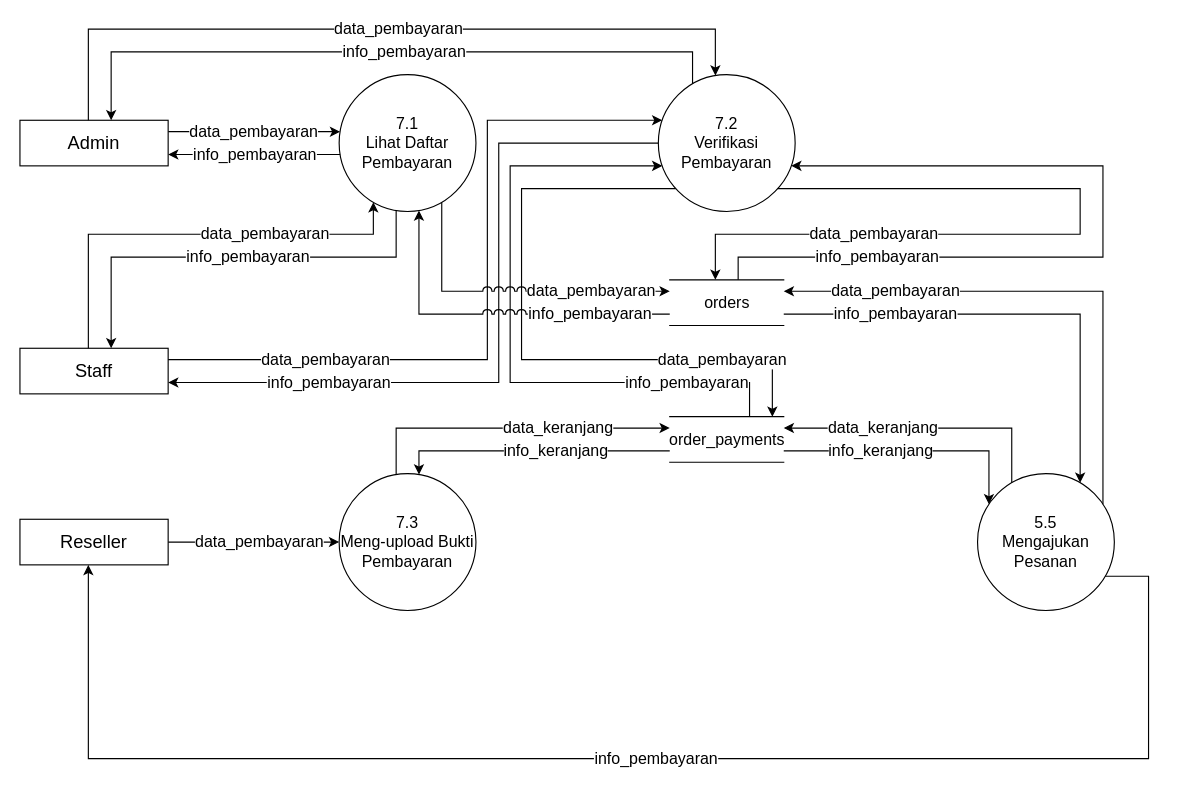
Earlier version of the draw.io diagram laporan/DFD/DFD Level 1 Pembayaran.drawio (FarrelArrahman/si_manajemen_reseller). Source tidied: cells renumbered, new cells numbered last; positions are measured from the earlier drawing's top-left corner, leaving out a move shared by most shapes. Both pictures are drawn from the tidied source at 114%, with x=0, y=0 at pixel (19, 28).
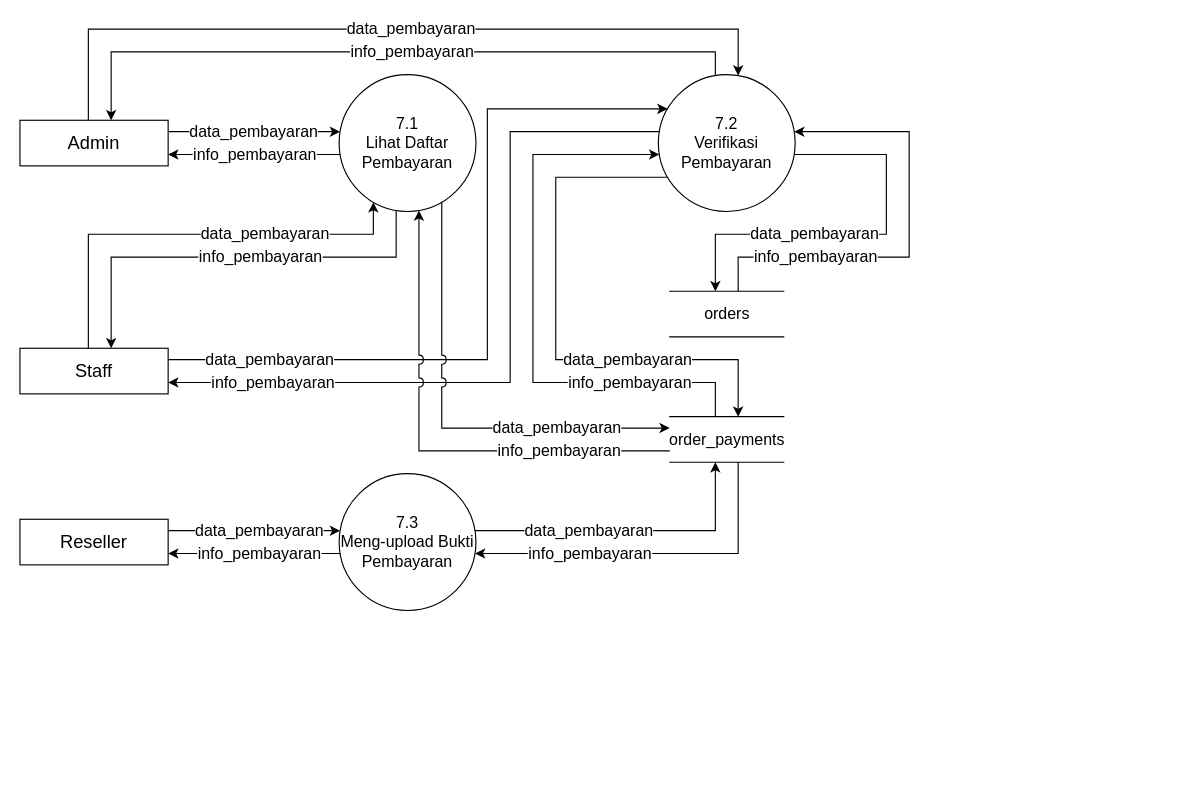
After the change.

Unchanged cells that the change refers to:
```xml
<mxCell id="2" value="&lt;font style=&quot;font-size: 14px&quot;&gt;7.1&lt;br&gt;Lihat Daftar Pembayaran&lt;br&gt;&lt;/font&gt;" style="ellipse;whiteSpace=wrap;html=1;" parent="1" vertex="1">
  <mxGeometry x="280" y="40" width="120" height="120" as="geometry" />
</mxCell>
<mxCell id="4" value="Admin" style="rounded=0;whiteSpace=wrap;html=1;fontSize=16;" parent="1" vertex="1">
  <mxGeometry y="80" width="130" height="40" as="geometry" />
</mxCell>
<mxCell id="6" value="Reseller" style="rounded=0;whiteSpace=wrap;html=1;fontSize=16;" parent="1" vertex="1">
  <mxGeometry y="430" width="130" height="40" as="geometry" />
</mxCell>
<mxCell id="7" value="&lt;font style=&quot;font-size: 14px&quot;&gt;7.2&lt;br&gt;Verifikasi &lt;br&gt;Pembayaran&lt;br&gt;&lt;/font&gt;" style="ellipse;whiteSpace=wrap;html=1;" parent="1" vertex="1">
  <mxGeometry x="560" y="40" width="120" height="120" as="geometry" />
</mxCell>
<mxCell id="8" value="Staff" style="rounded=0;whiteSpace=wrap;html=1;fontSize=16;" parent="1" vertex="1">
  <mxGeometry y="280" width="130" height="40" as="geometry" />
</mxCell>
<mxCell id="10" value="&lt;font style=&quot;font-size: 14px&quot;&gt;7.3&lt;br&gt;Meng-upload Bukti Pembayaran&lt;br&gt;&lt;/font&gt;" style="ellipse;whiteSpace=wrap;html=1;" parent="1" vertex="1">
  <mxGeometry x="280" y="390" width="120" height="120" as="geometry" />
</mxCell>
<mxCell id="13" value="order_payments" style="html=1;dashed=0;whitespace=wrap;shape=partialRectangle;right=0;left=0;fontSize=14;" parent="1" vertex="1">
  <mxGeometry x="570" y="340" width="100" height="40" as="geometry" />
</mxCell>
```

What changed in the source:
```diff
@@
     <mxCell id="5" value="data_pembayaran" style="edgeStyle=orthogonalEdgeStyle;rounded=0;jettySize=auto;html=1;fontSize=14;" parent="1" edge="1" source="6" target="10">
-      <mxGeometry x="0.06" relative="1" as="geometry" />
+      <mxGeometry x="0.06" relative="1" as="geometry">
+        <Array as="points">
+          <mxPoint x="200" y="440" />
+          <mxPoint x="200" y="440" />
+        </Array>
+      </mxGeometry>
     </mxCell>
@@
     <mxCell id="11" value="data_pembayaran" style="edgeStyle=orthogonalEdgeStyle;rounded=0;jettySize=auto;html=1;fontSize=14;" parent="1" edge="1" source="4" target="7">
       <mxGeometry x="0.05" relative="1" as="geometry">
         <Array as="points">
           <mxPoint x="60" />
-          <mxPoint x="610" />
+          <mxPoint x="630" />
         </Array>
       </mxGeometry>
     </mxCell>
     <mxCell id="12" value="info_pembayaran" style="edgeStyle=orthogonalEdgeStyle;rounded=0;jettySize=auto;html=1;fontSize=14;" parent="1" edge="1" source="7" target="4">
       <mxGeometry x="-0.06" relative="1" as="geometry">
         <Array as="points">
-          <mxPoint x="590" y="20" />
+          <mxPoint x="610" y="20" />
           <mxPoint x="80" y="20" />
         </Array>
       </mxGeometry>
     </mxCell>
@@
-    <mxCell id="14" value="data_keranjang" style="edgeStyle=orthogonalEdgeStyle;rounded=0;jettySize=auto;html=1;fontSize=14;" parent="1" edge="1" source="10" target="13">
-      <mxGeometry x="0.3" relative="1" as="geometry">
+    <mxCell id="14" value="data_pembayaran" style="edgeStyle=orthogonalEdgeStyle;rounded=0;jettySize=auto;html=1;fontSize=14;" parent="1" edge="1" source="10" target="13">
+      <mxGeometry x="-0.26" relative="1" as="geometry">
         <Array as="points">
-          <mxPoint x="330" y="350" />
+          <mxPoint x="610" y="440" />
         </Array>
       </mxGeometry>
     </mxCell>
-    <mxCell id="15" value="info_keranjang" style="edgeStyle=orthogonalEdgeStyle;rounded=0;jettySize=auto;html=1;fontSize=14;" parent="1" edge="1" source="13" target="10">
-      <mxGeometry x="-0.17" relative="1" as="geometry">
+    <mxCell id="15" value="info_pembayaran" style="edgeStyle=orthogonalEdgeStyle;rounded=0;jettySize=auto;html=1;fontSize=14;" parent="1" edge="1" source="13" target="10">
+      <mxGeometry x="0.35" relative="1" as="geometry">
         <Array as="points">
-          <mxPoint x="350" y="370" />
+          <mxPoint x="630" y="460" />
         </Array>
       </mxGeometry>
     </mxCell>
@@
     <mxCell id="17" value="info_pembayaran" style="edgeStyle=orthogonalEdgeStyle;rounded=0;jettySize=auto;html=1;fontSize=14;" parent="1" edge="1" source="2" target="8">
-      <mxGeometry x="-0.08" relative="1" as="geometry">
+      <mxGeometry x="-0.13" relative="1" as="geometry">
         <Array as="points">
           <mxPoint x="330" y="200" />
           <mxPoint x="80" y="200" />
         </Array>
+        <mxPoint x="1" as="offset" />
       </mxGeometry>
     </mxCell>
-    <mxCell id="18" value="&lt;font style=&quot;font-size: 14px&quot;&gt;5.5&lt;br&gt;Mengajukan Pesanan&lt;br&gt;&lt;/font&gt;" style="ellipse;whiteSpace=wrap;html=1;" parent="1" vertex="1">
-      <mxGeometry x="840" y="390" width="120" height="120" as="geometry" />
-    </mxCell>
-    <mxCell id="19" value="data_keranjang" style="edgeStyle=orthogonalEdgeStyle;rounded=0;jettySize=auto;html=1;fontSize=14;" parent="1" edge="1" source="18" target="13">
-      <mxGeometry x="0.3" relative="1" as="geometry">
-        <Array as="points">
-          <mxPoint x="870" y="350" />
-        </Array>
-      </mxGeometry>
-    </mxCell>
-    <mxCell id="20" value="info_keranjang" style="edgeStyle=orthogonalEdgeStyle;rounded=0;jettySize=auto;html=1;fontSize=14;" parent="1" edge="1" source="13" target="18">
-      <mxGeometry x="-0.25" relative="1" as="geometry">
-        <Array as="points">
-          <mxPoint x="850" y="370" />
-        </Array>
-      </mxGeometry>
-    </mxCell>
-    <mxCell id="21" value="info_pembayaran" style="edgeStyle=orthogonalEdgeStyle;rounded=0;jettySize=auto;html=1;fontSize=14;" parent="1" edge="1" source="18" target="6">
-      <mxGeometry x="-0.03" relative="1" as="geometry">
-        <Array as="points">
-          <mxPoint x="990" y="480" />
-          <mxPoint x="990" y="640" />
-          <mxPoint x="60" y="640" />
-        </Array>
-      </mxGeometry>
-    </mxCell>
     <mxCell id="22" value="orders" style="html=1;dashed=0;whitespace=wrap;shape=partialRectangle;right=0;left=0;fontSize=14;" parent="1" vertex="1">
-      <mxGeometry x="570" y="220" width="100" height="40" as="geometry" />
+      <mxGeometry x="570" y="230" width="100" height="40" as="geometry" />
     </mxCell>
     <mxCell id="23" value="info_pembayaran" style="edgeStyle=orthogonalEdgeStyle;rounded=0;jettySize=auto;html=1;fontSize=14;" parent="1" edge="1" source="22" target="7">
-      <mxGeometry x="-0.59" relative="1" as="geometry">
+      <mxGeometry x="-0.5" relative="1" as="geometry">
         <Array as="points">
           <mxPoint x="630" y="200" />
-          <mxPoint x="950" y="200" />
-          <mxPoint x="950" y="120" />
+          <mxPoint x="780" y="200" />
+          <mxPoint x="780" y="90" />
         </Array>
       </mxGeometry>
     </mxCell>
     <mxCell id="24" value="data_pembayaran" style="edgeStyle=orthogonalEdgeStyle;rounded=0;jettySize=auto;html=1;fontSize=14;" parent="1" edge="1" source="7" target="22">
-      <mxGeometry x="0.46" relative="1" as="geometry">
+      <mxGeometry x="0.22" relative="1" as="geometry">
         <Array as="points">
-          <mxPoint x="930" y="140" />
-          <mxPoint x="930" y="180" />
+          <mxPoint x="760" y="110" />
+          <mxPoint x="760" y="180" />
           <mxPoint x="610" y="180" />
         </Array>
       </mxGeometry>
     </mxCell>
-    <mxCell id="25" value="data_pembayaran" style="edgeStyle=orthogonalEdgeStyle;rounded=0;jettySize=auto;html=1;fontSize=14;" parent="1" edge="1" source="18" target="22">
-      <mxGeometry x="0.58" relative="1" as="geometry">
-        <Array as="points">
-          <mxPoint x="950" y="230" />
-        </Array>
-      </mxGeometry>
-    </mxCell>
-    <mxCell id="26" value="info_pembayaran" style="edgeStyle=orthogonalEdgeStyle;rounded=0;jettySize=auto;html=1;fontSize=14;" parent="1" edge="1" source="22" target="18">
-      <mxGeometry x="-0.52" relative="1" as="geometry">
-        <Array as="points">
-          <mxPoint x="930" y="250" />
-        </Array>
-      </mxGeometry>
-    </mxCell>
     <mxCell id="27" value="info_pembayaran" style="edgeStyle=orthogonalEdgeStyle;rounded=0;jettySize=auto;html=1;fontSize=14;jumpStyle=arc;jumpSize=8;" parent="1" edge="1" source="7" target="8">
-      <mxGeometry x="0.56" relative="1" as="geometry">
+      <mxGeometry x="0.72" relative="1" as="geometry">
         <Array as="points">
-          <mxPoint x="420" y="100" />
-          <mxPoint x="420" y="310" />
+          <mxPoint x="430" y="90" />
+          <mxPoint x="430" y="310" />
         </Array>
+        <mxPoint x="1" as="offset" />
       </mxGeometry>
     </mxCell>
     <mxCell id="28" value="data_pembayaran" style="edgeStyle=orthogonalEdgeStyle;rounded=0;jettySize=auto;html=1;fontSize=14;jumpStyle=arc;jumpSize=8;" parent="1" edge="1" source="8" target="7">
-      <mxGeometry x="-0.57" relative="1" as="geometry">
+      <mxGeometry x="-0.73" relative="1" as="geometry">
         <Array as="points">
           <mxPoint x="410" y="290" />
-          <mxPoint x="410" y="80" />
+          <mxPoint x="410" y="70" />
         </Array>
       </mxGeometry>
     </mxCell>
     <mxCell id="29" value="info_pembayaran" style="edgeStyle=orthogonalEdgeStyle;rounded=0;jettySize=auto;html=1;fontSize=14;jumpStyle=arc;jumpSize=8;" parent="1" edge="1" source="13" target="7">
-      <mxGeometry x="-0.7" relative="1" as="geometry">
+      <mxGeometry x="-0.58" relative="1" as="geometry">
         <Array as="points">
-          <mxPoint x="640" y="310" />
-          <mxPoint x="430" y="310" />
-          <mxPoint x="430" y="120" />
+          <mxPoint x="610" y="310" />
+          <mxPoint x="450" y="310" />
+          <mxPoint x="450" y="110" />
         </Array>
       </mxGeometry>
     </mxCell>
     <mxCell id="30" value="data_pembayaran" style="edgeStyle=orthogonalEdgeStyle;rounded=0;jettySize=auto;html=1;fontSize=14;jumpStyle=arc;jumpSize=8;" parent="1" edge="1" source="7" target="13">
-      <mxGeometry x="0.66" relative="1" as="geometry">
+      <mxGeometry x="0.37" relative="1" as="geometry">
         <Array as="points">
-          <mxPoint x="440" y="140" />
-          <mxPoint x="440" y="290" />
-          <mxPoint x="660" y="290" />
+          <mxPoint x="470" y="130" />
+          <mxPoint x="470" y="290" />
+          <mxPoint x="630" y="290" />
         </Array>
       </mxGeometry>
     </mxCell>
-    <mxCell id="31" value="data_pembayaran" style="edgeStyle=orthogonalEdgeStyle;rounded=0;jettySize=auto;html=1;fontSize=14;jumpStyle=arc;jumpSize=8;" parent="1" edge="1" source="2" target="22">
+    <mxCell id="31" value="data_pembayaran" style="edgeStyle=orthogonalEdgeStyle;rounded=0;jettySize=auto;html=1;fontSize=14;jumpStyle=arc;jumpSize=8;" parent="1" edge="1" source="2" target="13">
       <mxGeometry x="0.5" relative="1" as="geometry">
         <Array as="points">
-          <mxPoint x="370" y="230" />
+          <mxPoint x="370" y="350" />
         </Array>
       </mxGeometry>
     </mxCell>
-    <mxCell id="32" value="info_pembayaran" style="edgeStyle=orthogonalEdgeStyle;rounded=0;jettySize=auto;html=1;fontSize=14;jumpStyle=arc;jumpSize=8;" parent="1" edge="1" source="22" target="2">
+    <mxCell id="32" value="info_pembayaran" style="edgeStyle=orthogonalEdgeStyle;rounded=0;jettySize=auto;html=1;fontSize=14;jumpStyle=arc;jumpSize=8;" parent="1" edge="1" source="13" target="2">
       <mxGeometry x="-0.55" relative="1" as="geometry">
         <Array as="points">
-          <mxPoint x="350" y="250" />
+          <mxPoint x="350" y="370" />
         </Array>
       </mxGeometry>
     </mxCell>
+    <mxCell id="33" value="info_pembayaran" style="edgeStyle=orthogonalEdgeStyle;rounded=0;jettySize=auto;html=1;fontSize=14;" parent="1" edge="1" source="10" target="6">
+      <mxGeometry x="-0.06" relative="1" as="geometry">
+        <Array as="points">
+          <mxPoint x="210" y="460" />
+          <mxPoint x="210" y="460" />
+        </Array>
+      </mxGeometry>
+    </mxCell>
```
